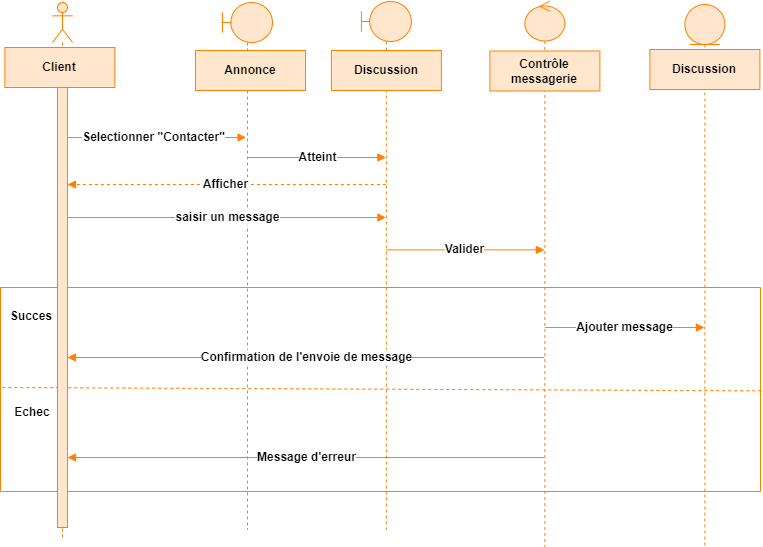
This is images/Contacter d.png from alizhassane/pfe, a draw.io export, as it was before one commit. Source tidied: cells renumbered, new cells last; positions are measured from the earlier drawing's top-left corner, leaving out a move shared by most shapes.
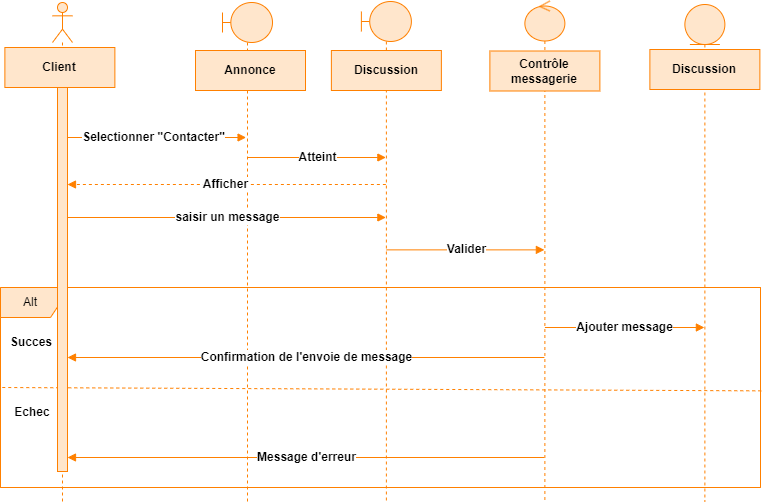
After the change.

The edit, as a diff of the source:
```diff
@@ -3,19 +3,19 @@
     <mxCell id="0" />
     <mxCell id="1" parent="0" />
     <mxCell id="2" style="shape=umlLifeline;perimeter=lifelinePerimeter;whiteSpace=wrap;html=1;newEdgeStyle={&quot;curved&quot;:0,&quot;rounded&quot;:0};participant=umlActor;strokeColor=#FF8000;align=center;verticalAlign=middle;fontFamily=Helvetica;fontSize=12;fontColor=default;fontStyle=1;fillColor=#FFE6CC;" parent="1" vertex="1">
-      <mxGeometry x="52" y="1" width="20" height="535" as="geometry" />
+      <mxGeometry x="52" y="1" width="20" height="499" as="geometry" />
     </mxCell>
     <mxCell id="3" style="shape=umlLifeline;perimeter=lifelinePerimeter;whiteSpace=wrap;html=1;newEdgeStyle={&quot;curved&quot;:0,&quot;rounded&quot;:0};participant=umlBoundary;strokeColor=#FF8000;align=center;verticalAlign=middle;fontFamily=Helvetica;fontSize=12;fontColor=default;fontStyle=1;fillColor=#FFE6CC;" parent="1" vertex="1">
-      <mxGeometry x="360.9" width="50" height="528.5" as="geometry" />
+      <mxGeometry x="360.9" width="50" height="500" as="geometry" />
     </mxCell>
     <mxCell id="4" style="shape=umlLifeline;perimeter=lifelinePerimeter;whiteSpace=wrap;html=1;newEdgeStyle={&quot;curved&quot;:0,&quot;rounded&quot;:0};participant=umlBoundary;strokeColor=#FF8000;align=center;verticalAlign=middle;fontFamily=Helvetica;fontSize=12;fontColor=default;fontStyle=1;fillColor=#FFE6CC;" parent="1" vertex="1">
-      <mxGeometry x="222" y="1" width="50" height="527.5" as="geometry" />
+      <mxGeometry x="222" y="1" width="50" height="499" as="geometry" />
     </mxCell>
     <mxCell id="5" style="shape=umlLifeline;perimeter=lifelinePerimeter;whiteSpace=wrap;html=1;newEdgeStyle={&quot;curved&quot;:0,&quot;rounded&quot;:0};participant=umlEntity;strokeColor=#FF8000;align=center;verticalAlign=middle;fontFamily=Helvetica;fontSize=12;fontColor=default;fontStyle=1;fillColor=#FFE6CC;" parent="1" vertex="1">
-      <mxGeometry x="684.4" y="3" width="40" height="542.5" as="geometry" />
+      <mxGeometry x="684.4" y="3" width="40" height="497" as="geometry" />
     </mxCell>
     <mxCell id="6" style="shape=umlLifeline;perimeter=lifelinePerimeter;whiteSpace=wrap;html=1;outlineConnect=0;portConstraint=eastwest;newEdgeStyle={&quot;curved&quot;:0,&quot;rounded&quot;:0};participant=umlControl;strokeColor=#FF8000;align=center;verticalAlign=middle;fontFamily=Helvetica;fontSize=12;fontColor=default;fontStyle=1;fillColor=#FFE6CC;" parent="1" vertex="1">
-      <mxGeometry x="524.4" y="-0.5" width="40" height="546" as="geometry" />
+      <mxGeometry x="524.4" y="-0.5" width="40" height="500.5" as="geometry" />
     </mxCell>
     <mxCell id="7" value="Client" style="rounded=0;whiteSpace=wrap;html=1;fillColor=#FFE6CC;strokeColor=#FF8000;align=center;verticalAlign=middle;fontFamily=Helvetica;fontSize=12;fontColor=default;fontStyle=1;" parent="1" vertex="1">
       <mxGeometry x="4.4" y="46" width="110" height="40" as="geometry" />
@@ -33,7 +33,7 @@
       <mxGeometry x="195" y="49" width="110" height="40" as="geometry" />
     </mxCell>
     <mxCell id="12" style="swimlane;startSize=0;strokeColor=#FF8000;align=center;verticalAlign=middle;fontFamily=Helvetica;fontSize=12;fontColor=default;fontStyle=1;fillColor=#FFE6CC;" parent="1" vertex="1">
-      <mxGeometry y="286" width="760" height="204" as="geometry" />
+      <mxGeometry y="286" width="760" height="200" as="geometry" />
     </mxCell>
     <mxCell id="13" style="html=1;verticalAlign=middle;endArrow=none;curved=0;rounded=0;dashed=1;exitX=1;exitY=0.5;exitDx=0;exitDy=0;endFill=0;entryX=-0.001;entryY=0.48;entryDx=0;entryDy=0;entryPerimeter=0;strokeColor=#FF8000;align=center;fontFamily=Helvetica;fontSize=12;fontColor=default;fontStyle=1;fillColor=#FFE6CC;" parent="12" edge="1">
       <mxGeometry relative="1" as="geometry">
@@ -62,40 +62,43 @@
         <mxPoint x="67" y="170" as="targetPoint" />
       </mxGeometry>
     </mxCell>
-    <mxCell id="18" value="Selectionner &quot;Contacter&quot;" style="html=1;verticalAlign=middle;endArrow=block;curved=0;rounded=0;strokeColor=#FF8000;align=center;fontFamily=Helvetica;fontSize=12;fontColor=default;fontStyle=1;fillColor=#FFE6CC;" parent="1" edge="1">
-      <mxGeometry relative="1" as="geometry">
-        <mxPoint x="60.8" y="136" as="sourcePoint" />
-        <mxPoint x="245.6" y="136" as="targetPoint" />
-      </mxGeometry>
+    <mxCell id="18" value="Alt" style="shape=umlFrame;whiteSpace=wrap;html=1;fillColor=#FFE6CC;strokeColor=#FF8000;strokeWidth=1;align=center;verticalAlign=middle;fontFamily=Helvetica;fontSize=12;fontColor=default;" parent="12" vertex="1">
+      <mxGeometry width="760" height="200" as="geometry" />
     </mxCell>
-    <mxCell id="19" style="html=1;perimeter=orthogonalPerimeter;targetShapes=umlLifeline;newEdgeStyle={&quot;curved&quot;:0,&quot;rounded&quot;:0};fillColor=#FFE6CC;strokeColor=#FF8000;align=center;verticalAlign=middle;fontFamily=Helvetica;fontSize=12;fontColor=default;fontStyle=1;" parent="1" vertex="1">
-      <mxGeometry x="57" y="86" width="10" height="440" as="geometry" />
+    <mxCell id="19" value="Selectionner &quot;Contacter&quot;" style="html=1;verticalAlign=middle;endArrow=block;curved=0;rounded=0;strokeColor=#FF8000;align=center;fontFamily=Helvetica;fontSize=12;fontColor=default;fontStyle=1;fillColor=#FFE6CC;" parent="1" edge="1">
+      <mxGeometry relative="1" as="geometry">
+        <mxPoint x="60.8" y="136" as="sourcePoint" />
+        <mxPoint x="245.6" y="136" as="targetPoint" />
+      </mxGeometry>
     </mxCell>
-    <mxCell id="20" value="Atteint" style="html=1;verticalAlign=middle;endArrow=block;curved=0;rounded=0;strokeColor=#FF8000;align=center;fontFamily=Helvetica;fontSize=12;fontColor=default;fontStyle=1;fillColor=#FFE6CC;" parent="1" edge="1">
-      <mxGeometry relative="1" as="geometry">
-        <mxPoint x="247.1" y="156" as="sourcePoint" />
-        <mxPoint x="385.4" y="156" as="targetPoint" />
-      </mxGeometry>
+    <mxCell id="20" style="html=1;perimeter=orthogonalPerimeter;targetShapes=umlLifeline;newEdgeStyle={&quot;curved&quot;:0,&quot;rounded&quot;:0};fillColor=#FFE6CC;strokeColor=#FF8000;align=center;verticalAlign=middle;fontFamily=Helvetica;fontSize=12;fontColor=default;fontStyle=1;" parent="1" vertex="1">
+      <mxGeometry x="57" y="86" width="10" height="384" as="geometry" />
     </mxCell>
-    <mxCell id="21" value="Afficher" style="html=1;verticalAlign=middle;endArrow=block;curved=0;rounded=0;dashed=1;strokeColor=#FF8000;align=center;fontFamily=Helvetica;fontSize=12;fontColor=default;fontStyle=1;fillColor=#FFE6CC;" parent="1" edge="1">
+    <mxCell id="21" value="Atteint" style="html=1;verticalAlign=middle;endArrow=block;curved=0;rounded=0;strokeColor=#FF8000;align=center;fontFamily=Helvetica;fontSize=12;fontColor=default;fontStyle=1;fillColor=#FFE6CC;" parent="1" edge="1">
       <mxGeometry relative="1" as="geometry">
-        <mxPoint x="385.4" y="183" as="sourcePoint" />
-        <mxPoint x="67" y="183" as="targetPoint" />
+        <mxPoint x="247.1" y="156" as="sourcePoint" />
+        <mxPoint x="385.4" y="156" as="targetPoint" />
       </mxGeometry>
     </mxCell>
-    <mxCell id="22" value="saisir un message" style="html=1;verticalAlign=middle;endArrow=block;curved=0;rounded=0;strokeColor=#FF8000;align=center;fontFamily=Helvetica;fontSize=12;fontColor=default;fontStyle=1;fillColor=#FFE6CC;" parent="1" edge="1">
+    <mxCell id="22" value="Afficher" style="html=1;verticalAlign=middle;endArrow=block;curved=0;rounded=0;dashed=1;strokeColor=#FF8000;align=center;fontFamily=Helvetica;fontSize=12;fontColor=default;fontStyle=1;fillColor=#FFE6CC;" parent="1" edge="1">
       <mxGeometry relative="1" as="geometry">
-        <mxPoint x="67" y="216" as="sourcePoint" />
-        <mxPoint x="385.4" y="216" as="targetPoint" />
+        <mxPoint x="385.4" y="183" as="sourcePoint" />
+        <mxPoint x="67" y="183" as="targetPoint" />
       </mxGeometry>
     </mxCell>
-    <mxCell id="23" value="Valider" style="html=1;verticalAlign=middle;endArrow=block;curved=0;rounded=0;strokeColor=#FF8000;align=center;fontFamily=Helvetica;fontSize=12;fontColor=default;fontStyle=1;fillColor=#FFE6CC;" parent="1" edge="1" target="6">
+    <mxCell id="23" value="saisir un message" style="html=1;verticalAlign=middle;endArrow=block;curved=0;rounded=0;strokeColor=#FF8000;align=center;fontFamily=Helvetica;fontSize=12;fontColor=default;fontStyle=1;fillColor=#FFE6CC;" parent="1" edge="1">
       <mxGeometry relative="1" as="geometry">
-        <mxPoint x="386.1" y="248.4" as="sourcePoint" />
+        <mxPoint x="67" y="216" as="sourcePoint" />
+        <mxPoint x="385.4" y="216" as="targetPoint" />
       </mxGeometry>
     </mxCell>
-    <mxCell id="24" value="&lt;b&gt;Succes&lt;/b&gt;" style="text;html=1;align=center;verticalAlign=middle;whiteSpace=wrap;rounded=0;fontFamily=Helvetica;fontSize=12;fontColor=default;fontStyle=1;" parent="1" vertex="1">
-      <mxGeometry x="1" y="300" width="60" height="30" as="geometry" />
+    <mxCell id="24" value="Valider" style="html=1;verticalAlign=middle;endArrow=block;curved=0;rounded=0;strokeColor=#FF8000;align=center;fontFamily=Helvetica;fontSize=12;fontColor=default;fontStyle=1;fillColor=#FFE6CC;" parent="1" edge="1" target="6">
+      <mxGeometry relative="1" as="geometry">
+        <mxPoint x="386.1" y="248.4" as="sourcePoint" />
+      </mxGeometry>
     </mxCell>
+    <mxCell id="25" value="&lt;b&gt;Succes&lt;/b&gt;" style="text;html=1;align=center;verticalAlign=middle;whiteSpace=wrap;rounded=0;fontFamily=Helvetica;fontSize=12;fontColor=default;fontStyle=1;" parent="1" vertex="1">
+      <mxGeometry x="1" y="326" width="60" height="30" as="geometry" />
+    </mxCell>
   </root>
 </mxGraphModel>
```
